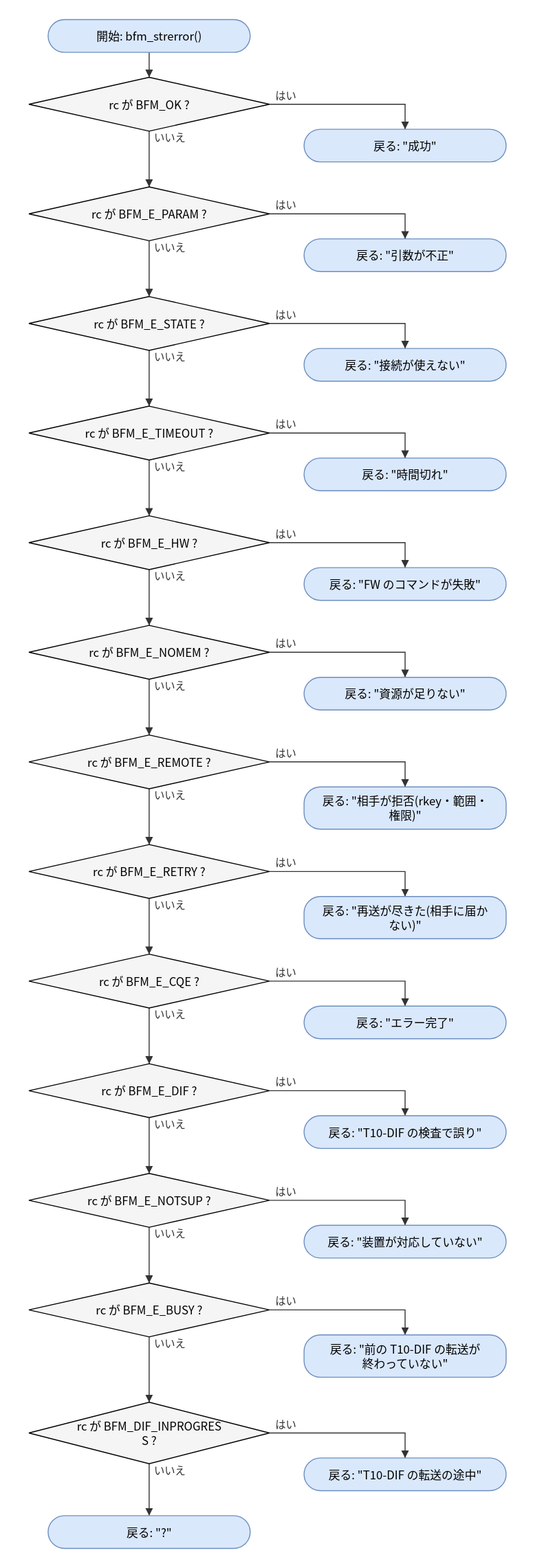
Earlier version of the draw.io export doc/spec/images/flow_src_bfm_ops-bfm_strerror.drawio.svg (hf355051012-ai/bfmem). Source tidied: cells renumbered, new cells last; positions are measured from the earlier drawing's top-left corner, leaving out a move shared by most shapes.
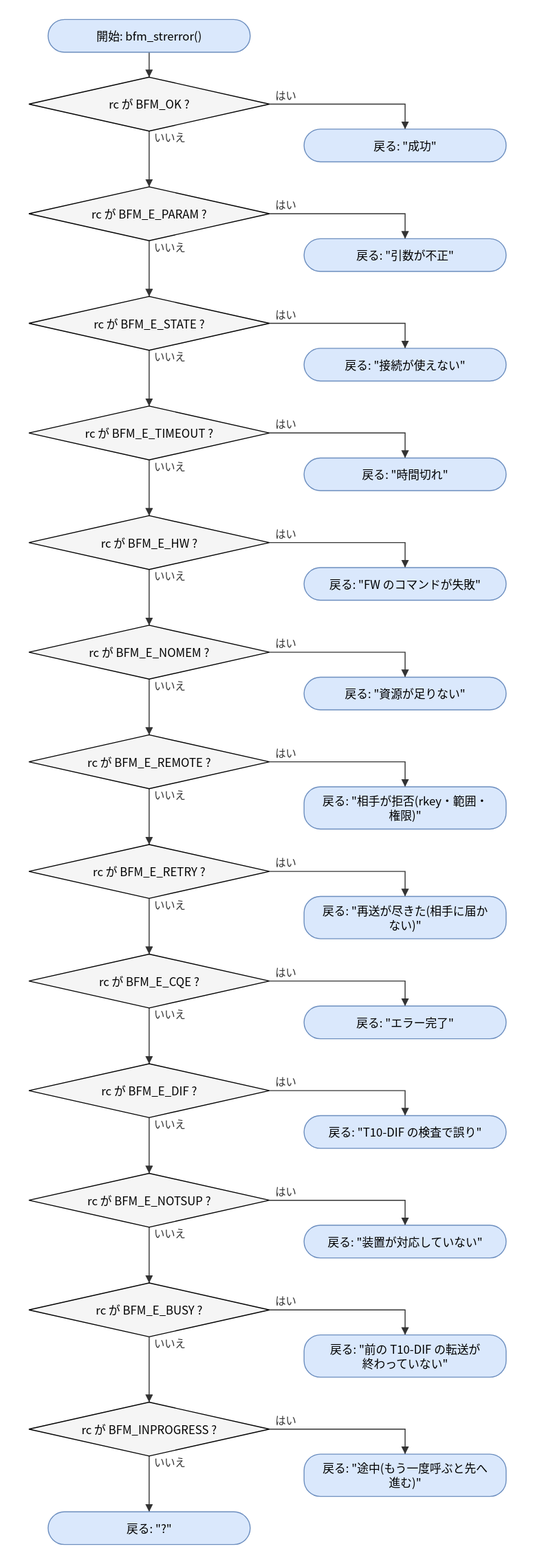
After the change.

Diff of the diagram source:
```diff
@@ -77,14 +77,14 @@
     <mxCell id="26" value="戻る: &amp;quot;前の T10-DIF の転送が&lt;br&gt;終わっていない&amp;quot;" style="rounded=1;arcSize=50;whiteSpace=wrap;html=1;fillColor=#dae8fc;strokeColor=#6c8ebf;" parent="1" vertex="1">
       <mxGeometry x="286" y="1368" width="210" height="44" as="geometry" />
     </mxCell>
-    <mxCell id="27" value="rc が BFM_DIF_INPROGRES&lt;br&gt;S ?" style="rhombus;whiteSpace=wrap;html=1;fillColor=#f5f5f5;" parent="1" vertex="1">
-      <mxGeometry y="1438" width="250" height="64" as="geometry" />
+    <mxCell id="27" value="rc が BFM_INPROGRESS ?" style="rhombus;whiteSpace=wrap;html=1;fillColor=#f5f5f5;" parent="1" vertex="1">
+      <mxGeometry y="1438" width="250" height="56" as="geometry" />
     </mxCell>
-    <mxCell id="28" value="戻る: &amp;quot;T10-DIF の転送の途中&amp;quot;" style="rounded=1;arcSize=50;whiteSpace=wrap;html=1;fillColor=#dae8fc;strokeColor=#6c8ebf;" parent="1" vertex="1">
-      <mxGeometry x="286" y="1496" width="210" height="34" as="geometry" />
+    <mxCell id="28" value="戻る: &amp;quot;途中(もう一度呼ぶと先へ&lt;br&gt;進む)&amp;quot;" style="rounded=1;arcSize=50;whiteSpace=wrap;html=1;fillColor=#dae8fc;strokeColor=#6c8ebf;" parent="1" vertex="1">
+      <mxGeometry x="286" y="1492" width="210" height="44" as="geometry" />
     </mxCell>
     <mxCell id="29" value="戻る: &amp;quot;?&amp;quot;" style="rounded=1;arcSize=50;whiteSpace=wrap;html=1;fillColor=#dae8fc;strokeColor=#6c8ebf;" parent="1" vertex="1">
-      <mxGeometry x="20" y="1556" width="210" height="34" as="geometry" />
+      <mxGeometry x="20" y="1552" width="210" height="34" as="geometry" />
     </mxCell>
     <mxCell id="30" style="edgeStyle=none;html=1;rounded=0;endArrow=block;endFill=1;exitX=0.5000;exitY=1.0000;exitDx=0;exitDy=0;exitPerimeter=0;entryX=0.5000;entryY=0.0000;entryDx=0;entryDy=0;entryPerimeter=0;" parent="1" edge="1" source="2" target="3">
       <mxGeometry relative="1" as="geometry" />
@@ -212,7 +212,7 @@
     <mxCell id="55" value="はい" style="edgeStyle=none;html=1;rounded=0;endArrow=block;endFill=1;exitX=1.0000;exitY=0.5000;exitDx=0;exitDy=0;exitPerimeter=0;entryX=0.5000;entryY=0.0000;entryDx=0;entryDy=0;entryPerimeter=0;" parent="1" edge="1" source="27" target="28">
       <mxGeometry relative="1" as="geometry">
         <Array as="points">
-          <mxPoint x="391" y="1470" />
+          <mxPoint x="391" y="1466" />
         </Array>
       </mxGeometry>
     </mxCell>
```
